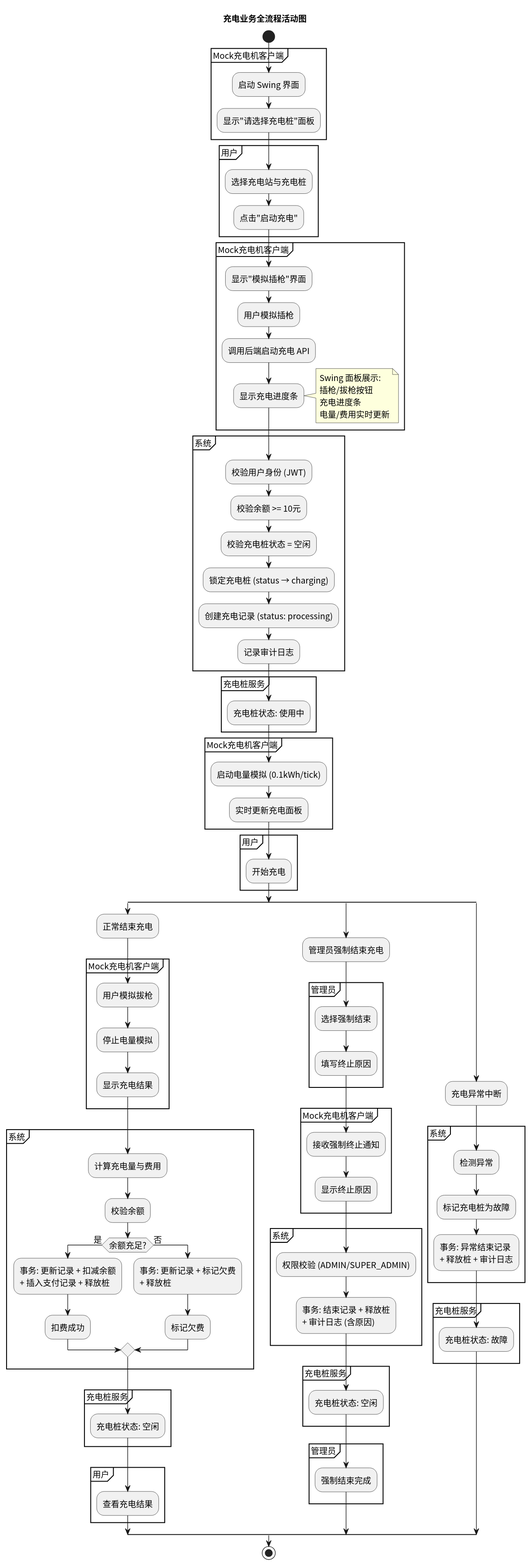
This is activity/img/activity_charging.svg from greenhandzdl/charging-station-doc, a PlantUML export, as it was before one commit.
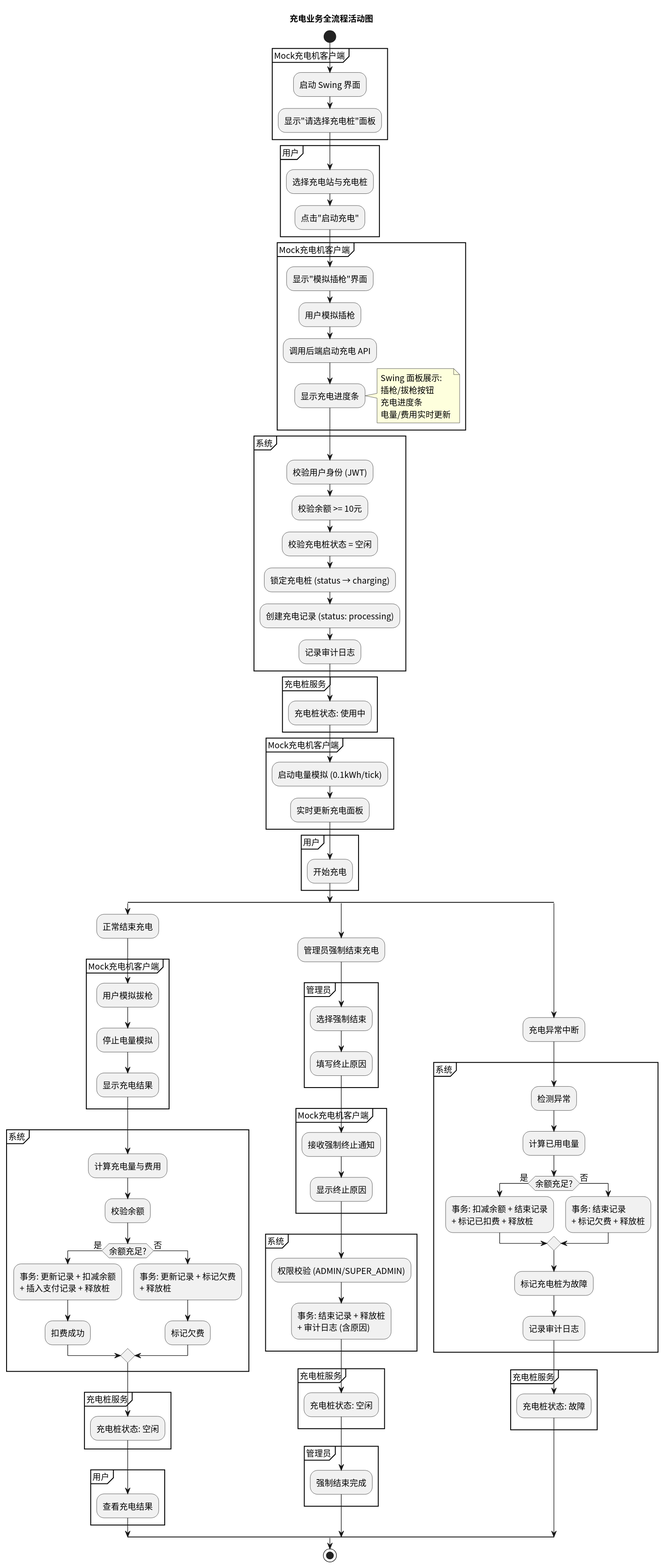
Later version of the same file.

Change to the diagram source:
```diff
@@ -107,8 +107,14 @@
 
   partition "系统" {
     :检测异常;
+    :计算已用电量;
+    if (余额充足?) then (是)
+      :事务: 扣减余额 + 结束记录\n+ 标记已扣费 + 释放桩;
+    else (否)
+      :事务: 结束记录\n+ 标记欠费 + 释放桩;
+    endif
     :标记充电桩为故障;
-    :事务: 异常结束记录\n+ 释放桩 + 审计日志;
+    :记录审计日志;
   }
 
   partition "充电桩服务" {
```
